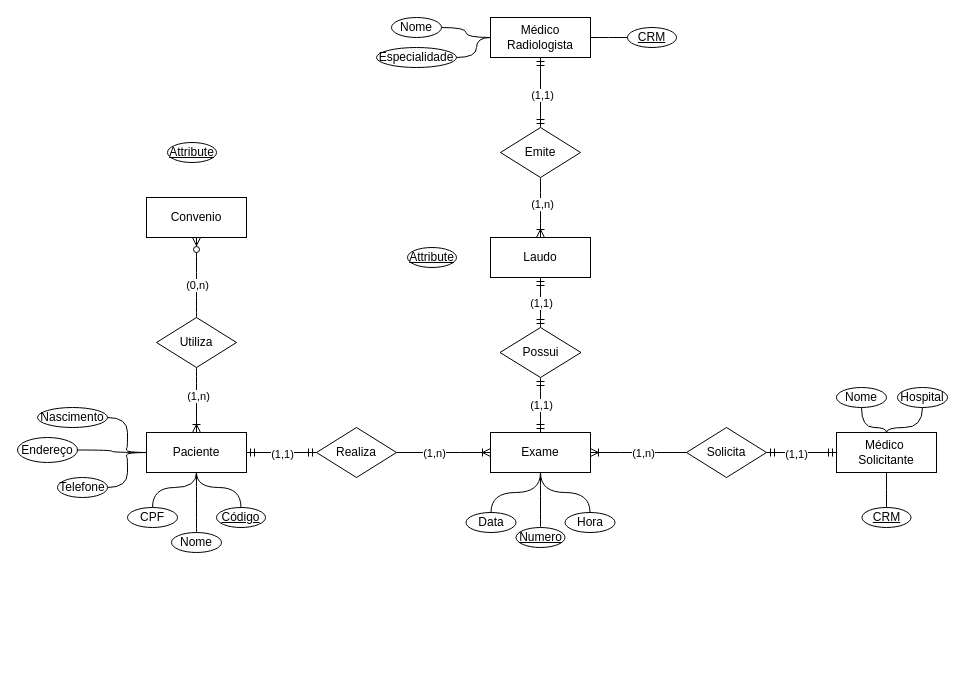
Neno300/Banco-de-Dados keeps this draw.io diagram as Ex2.drawio. Above is the earlier version. Source tidied: cells renumbered, new cells numbered last; positions are measured from the earlier drawing's top-left corner, leaving out a move shared by most shapes. Both pictures are drawn from the tidied source at 100%, with x=0, y=0 at pixel (17, 17).
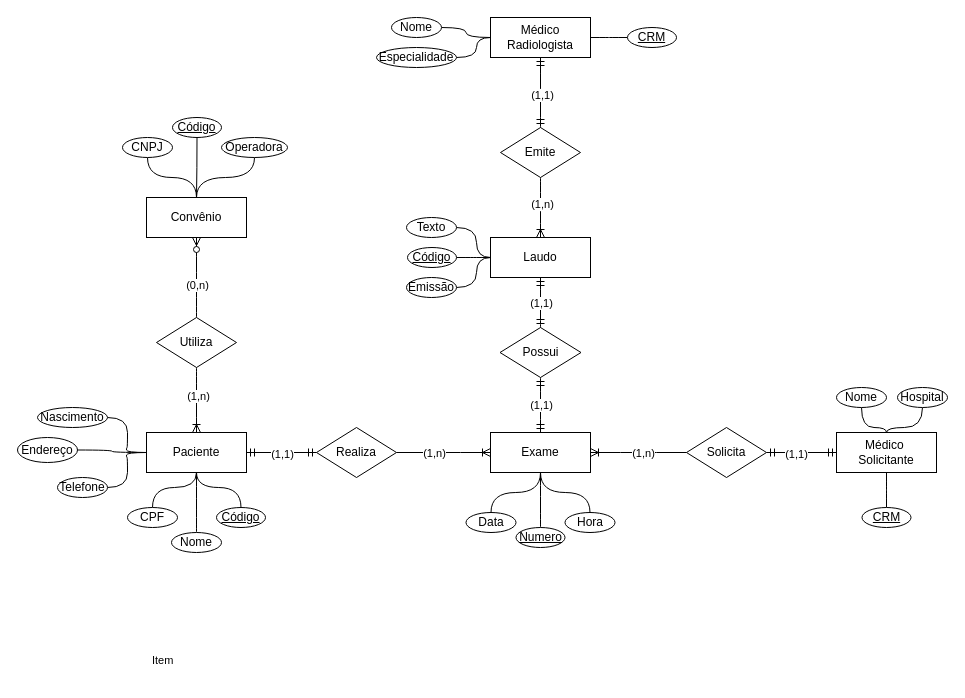
The same page after the edit.

The change refers to these unchanged cells:
```xml
<mxCell id="7" value="Laudo" style="whiteSpace=wrap;html=1;align=center;" parent="1" vertex="1">
  <mxGeometry x="473" y="220" width="100" height="40" as="geometry" />
</mxCell>
```

Diff of the diagram source:
```diff
@@
-    <mxCell id="6" value="Convenio" style="whiteSpace=wrap;html=1;align=center;" parent="1" vertex="1">
+    <mxCell id="6" value="Convênio" style="whiteSpace=wrap;html=1;align=center;" parent="1" vertex="1">
       <mxGeometry x="129" y="180" width="100" height="40" as="geometry" />
     </mxCell>
@@
+    <mxCell id="65" style="edgeStyle=orthogonalEdgeStyle;shape=connector;curved=1;rounded=0;jettySize=auto;html=1;entryX=0.5;entryY=0;entryDx=0;entryDy=0;strokeColor=default;align=center;verticalAlign=middle;fontFamily=Helvetica;fontSize=11;fontColor=default;labelBackgroundColor=default;endArrow=none;endFill=0;" parent="1" edge="1" source="35" target="6">
+      <mxGeometry relative="1" as="geometry" />
+    </mxCell>
-    <mxCell id="35" value="Attribute" style="ellipse;whiteSpace=wrap;html=1;align=center;fontStyle=4;" parent="1" vertex="1">
-      <mxGeometry x="150" y="125" width="49" height="20" as="geometry" />
+    <mxCell id="35" value="Código" style="ellipse;whiteSpace=wrap;html=1;align=center;fontStyle=4;" parent="1" vertex="1">
+      <mxGeometry x="155" y="100" width="49" height="20" as="geometry" />
     </mxCell>
@@
+    <mxCell id="66" style="edgeStyle=orthogonalEdgeStyle;shape=connector;curved=1;rounded=0;jettySize=auto;html=1;entryX=0;entryY=0.5;entryDx=0;entryDy=0;strokeColor=default;align=center;verticalAlign=middle;fontFamily=Helvetica;fontSize=11;fontColor=default;labelBackgroundColor=default;endArrow=none;endFill=0;" parent="1" edge="1" source="38" target="7">
+      <mxGeometry relative="1" as="geometry" />
+    </mxCell>
-    <mxCell id="38" value="Attribute" style="ellipse;whiteSpace=wrap;html=1;align=center;fontStyle=4;" parent="1" vertex="1">
+    <mxCell id="38" value="Código" style="ellipse;whiteSpace=wrap;html=1;align=center;fontStyle=4;" parent="1" vertex="1">
       <mxGeometry x="390" y="230" width="49" height="20" as="geometry" />
     </mxCell>
@@
+    <mxCell id="67" style="edgeStyle=orthogonalEdgeStyle;shape=connector;curved=1;rounded=0;jettySize=auto;html=1;entryX=0.5;entryY=0;entryDx=0;entryDy=0;strokeColor=default;align=center;verticalAlign=middle;fontFamily=Helvetica;fontSize=11;fontColor=default;labelBackgroundColor=default;endArrow=none;endFill=0;" parent="1" edge="1" source="68" target="6">
+      <mxGeometry relative="1" as="geometry" />
+    </mxCell>
+    <mxCell id="68" value="Operadora" style="ellipse;whiteSpace=wrap;html=1;align=center;" parent="1" vertex="1">
+      <mxGeometry x="204" y="120" width="66" height="20" as="geometry" />
+    </mxCell>
+    <mxCell id="69" style="edgeStyle=orthogonalEdgeStyle;shape=connector;curved=1;rounded=0;jettySize=auto;html=1;entryX=0.5;entryY=0;entryDx=0;entryDy=0;strokeColor=default;align=center;verticalAlign=middle;fontFamily=Helvetica;fontSize=11;fontColor=default;labelBackgroundColor=default;endArrow=none;endFill=0;" parent="1" edge="1" source="70" target="6">
+      <mxGeometry relative="1" as="geometry" />
+    </mxCell>
+    <mxCell id="70" value="CNPJ" style="ellipse;whiteSpace=wrap;html=1;align=center;" parent="1" vertex="1">
+      <mxGeometry x="105" y="120" width="50" height="20" as="geometry" />
+    </mxCell>
+    <mxCell id="71" style="edgeStyle=orthogonalEdgeStyle;shape=connector;curved=1;rounded=0;jettySize=auto;html=1;entryX=0;entryY=0.5;entryDx=0;entryDy=0;strokeColor=default;align=center;verticalAlign=middle;fontFamily=Helvetica;fontSize=11;fontColor=default;labelBackgroundColor=default;endArrow=none;endFill=0;" parent="1" edge="1" source="72" target="7">
+      <mxGeometry relative="1" as="geometry" />
+    </mxCell>
+    <mxCell id="72" value="Emissão" style="ellipse;whiteSpace=wrap;html=1;align=center;" parent="1" vertex="1">
+      <mxGeometry x="389" y="260" width="50" height="20" as="geometry" />
+    </mxCell>
+    <mxCell id="73" style="edgeStyle=orthogonalEdgeStyle;shape=connector;curved=1;rounded=0;jettySize=auto;html=1;entryX=0;entryY=0.5;entryDx=0;entryDy=0;strokeColor=default;align=center;verticalAlign=middle;fontFamily=Helvetica;fontSize=11;fontColor=default;labelBackgroundColor=default;endArrow=none;endFill=0;" parent="1" edge="1" source="74" target="7">
+      <mxGeometry relative="1" as="geometry" />
+    </mxCell>
+    <mxCell id="74" value="Texto" style="ellipse;whiteSpace=wrap;html=1;align=center;" parent="1" vertex="1">
+      <mxGeometry x="389" y="200" width="50" height="20" as="geometry" />
+    </mxCell>
+    <mxCell id="75" value="Item" style="text;strokeColor=none;fillColor=none;spacingLeft=4;spacingRight=4;overflow=hidden;fontSize=11;whiteSpace=wrap;html=1;fontFamily=Helvetica;fontColor=default;labelBackgroundColor=default;" parent="1" vertex="1">
+      <mxGeometry x="129" y="630" width="441" height="30" as="geometry" />
+    </mxCell>
```
